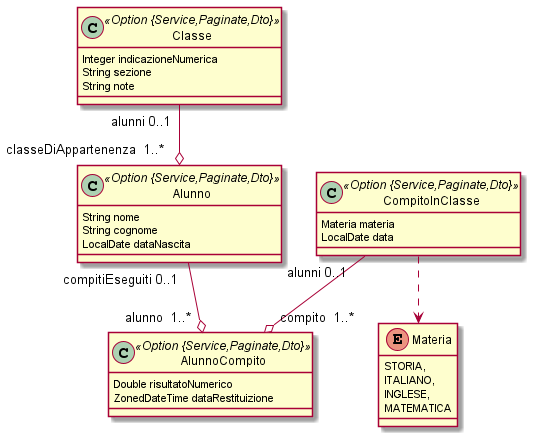
Earlier version of the PlantUML export file_jdl/jhipster_jdl.png (AlbertoMatt/Myschool).
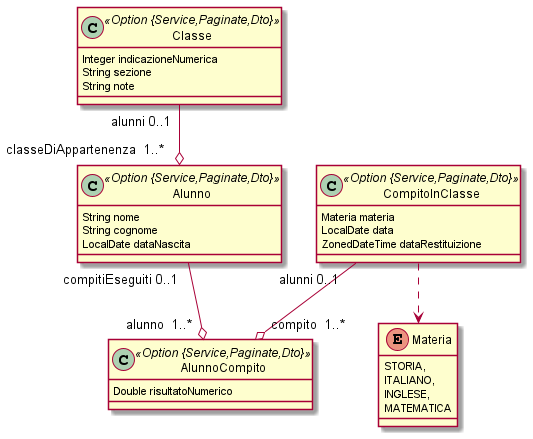
After the change.

What changed in the source:
```diff
@@ -12,11 +12,11 @@
 	}
 	class AlunnoCompito <<Option {Service,Paginate,Dto}>> {
 		Double risultatoNumerico
-		ZonedDateTime dataRestituizione
 	}
 	class CompitoInClasse <<Option {Service,Paginate,Dto}>> {
 		Materia materia
 		LocalDate data
+		ZonedDateTime dataRestituizione
 	}
 	CompitoInClasse ..> Materia
 	enum Materia {
```
